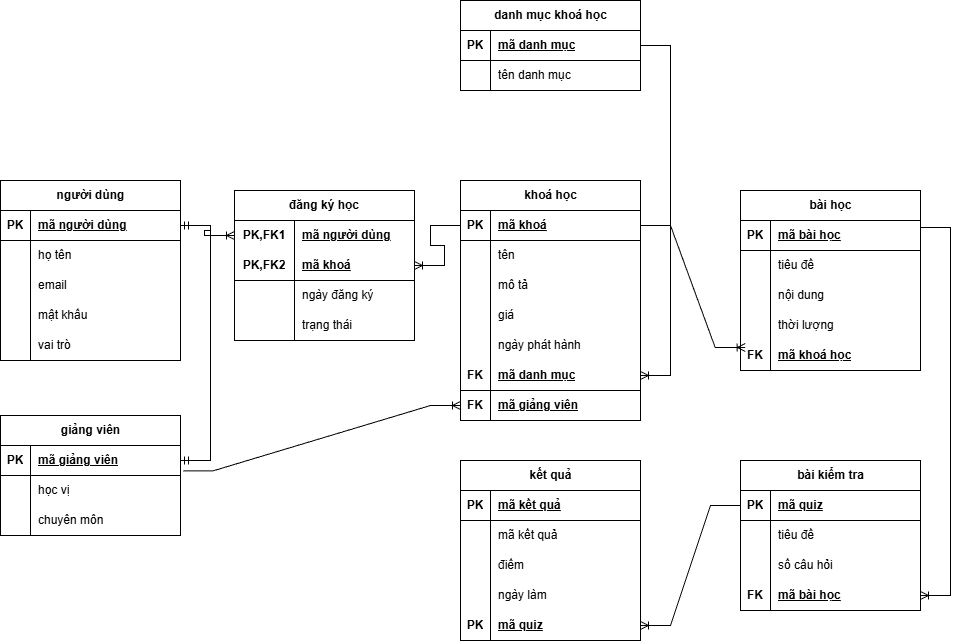
Above: Session01/hệ thống quản lý lớp học trực tuyến.drawio.png in vanh251/JB-IOC-PTHB251125-BE01 (draw.io), before the change. Source tidied: cells renumbered, new cells last; positions are measured from the earlier drawing's top-left corner, leaving out a move shared by most shapes.
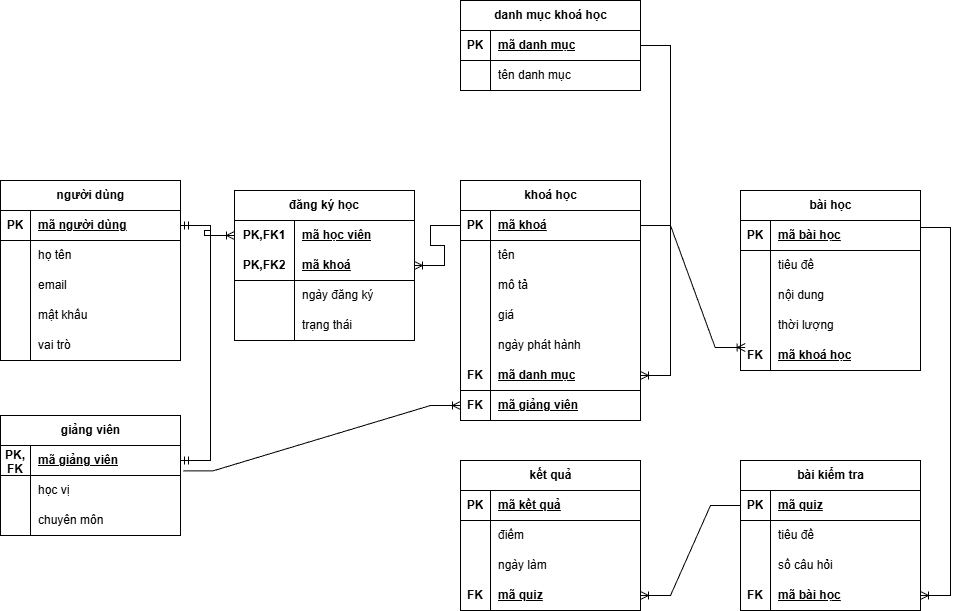
After the commit.

Commit message:
Hoan thien bai tap buoi 1

The edit, as a diff of the source:
```diff
@@ -143,7 +143,7 @@
     <mxCell id="48" style="shape=tableRow;horizontal=0;startSize=0;swimlaneHead=0;swimlaneBody=0;fillColor=none;points=[[0,0.5],[1,0.5]];portConstraint=eastwest;top=0;left=0;right=0;bottom=1;" parent="47" vertex="1">
       <mxGeometry y="30" width="180" height="30" as="geometry" />
     </mxCell>
-    <mxCell id="49" value="PK" style="shape=partialRectangle;fillColor=none;top=0;left=0;bottom=0;right=0;fontStyle=1;overflow=hidden;whiteSpace=wrap;html=1;" parent="48" vertex="1">
+    <mxCell id="49" value="PK,&lt;br&gt;FK" style="shape=partialRectangle;fillColor=none;top=0;left=0;bottom=0;right=0;fontStyle=1;overflow=hidden;whiteSpace=wrap;html=1;" parent="48" vertex="1">
       <mxGeometry width="30" height="30" as="geometry" />
     </mxCell>
     <mxCell id="50" value="mã giảng viên" style="shape=partialRectangle;fillColor=none;top=0;left=0;bottom=0;right=0;align=left;spacingLeft=6;fontStyle=5;overflow=hidden;whiteSpace=wrap;html=1;" parent="48" vertex="1">
@@ -255,7 +255,7 @@
       <mxGeometry x="30" width="150" height="30" as="geometry" />
     </mxCell>
     <mxCell id="86" value="kết quả" style="shape=table;startSize=30;rowLines=0;fontStyle=1;align=center;html=1;" parent="1" vertex="1">
-      <mxGeometry x="460" y="460" width="180" height="180" as="geometry" />
+      <mxGeometry x="460" y="460" width="180" height="150" as="geometry" />
     </mxCell>
     <mxCell id="87" style="shape=tableRow;horizontal=0;startSize=0;swimlaneHead=0;swimlaneBody=0;fillColor=none;top=0;left=0;right=0;bottom=1;" parent="86" vertex="1">
       <mxGeometry y="30" width="180" height="30" as="geometry" />
@@ -266,17 +266,8 @@
     <mxCell id="89" value="mã kết quả" style="shape=partialRectangle;fillColor=none;top=0;left=0;bottom=0;right=0;align=left;spacingLeft=6;fontStyle=5;overflow=hidden;whiteSpace=wrap;html=1;" parent="87" vertex="1">
       <mxGeometry x="30" width="150" height="30" as="geometry" />
     </mxCell>
-    <mxCell id="90" style="shape=tableRow;horizontal=0;startSize=0;swimlaneHead=0;swimlaneBody=0;fillColor=none;top=0;left=0;right=0;bottom=0;" parent="86" vertex="1">
-      <mxGeometry y="60" width="180" height="30" as="geometry" />
-    </mxCell>
-    <mxCell id="91" style="shape=partialRectangle;fillColor=none;top=0;left=0;bottom=0;right=0;overflow=hidden;whiteSpace=wrap;html=1;" parent="90" vertex="1">
-      <mxGeometry width="30" height="30" as="geometry" />
-    </mxCell>
-    <mxCell id="92" value="mã kết quả" style="shape=partialRectangle;fillColor=none;top=0;left=0;bottom=0;right=0;align=left;spacingLeft=6;overflow=hidden;whiteSpace=wrap;html=1;" parent="90" vertex="1">
-      <mxGeometry x="30" width="150" height="30" as="geometry" />
-    </mxCell>
     <mxCell id="93" style="shape=tableRow;horizontal=0;startSize=0;swimlaneHead=0;swimlaneBody=0;fillColor=none;top=0;left=0;right=0;bottom=0;" parent="86" vertex="1">
-      <mxGeometry y="90" width="180" height="30" as="geometry" />
+      <mxGeometry y="60" width="180" height="30" as="geometry" />
     </mxCell>
     <mxCell id="94" style="shape=partialRectangle;fillColor=none;top=0;left=0;bottom=0;right=0;overflow=hidden;whiteSpace=wrap;html=1;" parent="93" vertex="1">
       <mxGeometry width="30" height="30" as="geometry" />
@@ -285,7 +276,7 @@
       <mxGeometry x="30" width="150" height="30" as="geometry" />
     </mxCell>
     <mxCell id="96" style="shape=tableRow;horizontal=0;startSize=0;swimlaneHead=0;swimlaneBody=0;fillColor=none;top=0;left=0;right=0;bottom=0;" parent="86" vertex="1">
-      <mxGeometry y="120" width="180" height="30" as="geometry" />
+      <mxGeometry y="90" width="180" height="30" as="geometry" />
     </mxCell>
     <mxCell id="97" style="shape=partialRectangle;fillColor=none;top=0;left=0;bottom=0;right=0;overflow=hidden;whiteSpace=wrap;html=1;" parent="96" vertex="1">
       <mxGeometry width="30" height="30" as="geometry" />
@@ -294,9 +285,9 @@
       <mxGeometry x="30" width="150" height="30" as="geometry" />
     </mxCell>
     <mxCell id="99" style="shape=tableRow;horizontal=0;startSize=0;swimlaneHead=0;swimlaneBody=0;fillColor=none;points=[[0,0.5],[1,0.5]];portConstraint=eastwest;top=0;left=0;right=0;bottom=1;" parent="86" vertex="1">
-      <mxGeometry y="150" width="180" height="30" as="geometry" />
+      <mxGeometry y="120" width="180" height="30" as="geometry" />
     </mxCell>
-    <mxCell id="100" value="PK" style="shape=partialRectangle;fillColor=none;top=0;left=0;bottom=0;right=0;fontStyle=1;overflow=hidden;whiteSpace=wrap;html=1;" parent="99" vertex="1">
+    <mxCell id="100" value="FK" style="shape=partialRectangle;fillColor=none;top=0;left=0;bottom=0;right=0;fontStyle=1;overflow=hidden;whiteSpace=wrap;html=1;" parent="99" vertex="1">
       <mxGeometry width="30" height="30" as="geometry" />
     </mxCell>
     <mxCell id="101" value="mã quiz" style="shape=partialRectangle;fillColor=none;top=0;left=0;bottom=0;right=0;align=left;spacingLeft=6;fontStyle=5;overflow=hidden;whiteSpace=wrap;html=1;" parent="99" vertex="1">
@@ -311,7 +302,7 @@
     <mxCell id="104" value="PK,FK1" style="shape=partialRectangle;fillColor=none;top=0;left=0;bottom=0;right=0;fontStyle=1;overflow=hidden;html=1;whiteSpace=wrap;" parent="103" vertex="1">
       <mxGeometry width="60" height="30" as="geometry" />
     </mxCell>
-    <mxCell id="105" value="mã người dùng" style="shape=partialRectangle;fillColor=none;top=0;left=0;bottom=0;right=0;align=left;spacingLeft=6;fontStyle=5;overflow=hidden;html=1;whiteSpace=wrap;" parent="103" vertex="1">
+    <mxCell id="105" value="mã học viên" style="shape=partialRectangle;fillColor=none;top=0;left=0;bottom=0;right=0;align=left;spacingLeft=6;fontStyle=5;overflow=hidden;html=1;whiteSpace=wrap;" parent="103" vertex="1">
       <mxGeometry x="60" width="120" height="30" as="geometry" />
     </mxCell>
     <mxCell id="106" style="shape=tableRow;horizontal=0;startSize=0;swimlaneHead=0;swimlaneBody=0;fillColor=none;points=[[0,0.5],[1,0.5]];portConstraint=eastwest;top=0;left=0;right=0;bottom=1;html=1;" parent="102" vertex="1">
```
